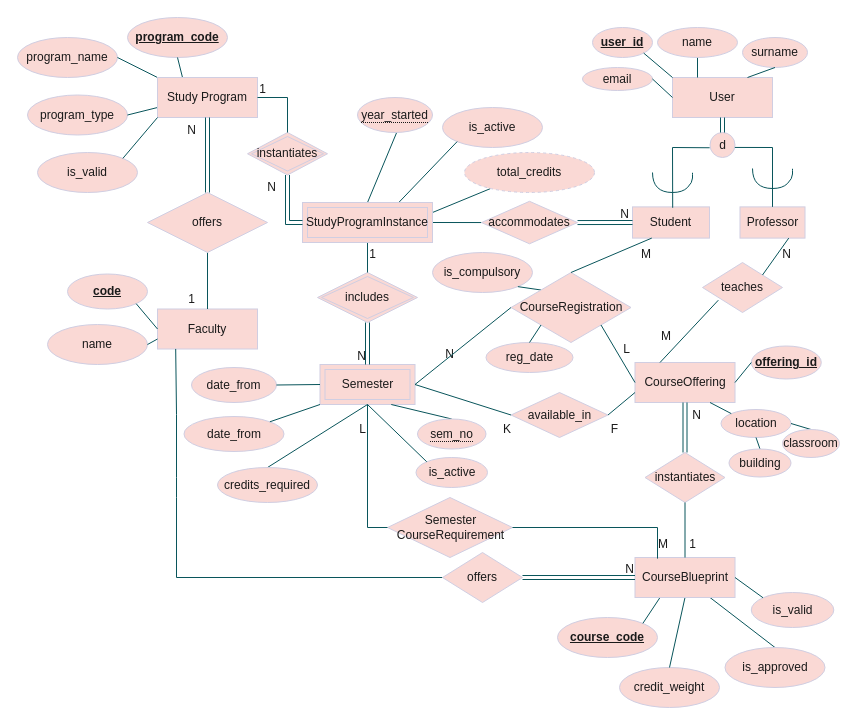
Before: DBschema.drawio in dmitru4ok/course-management, a draw.io diagram. Source tidied: cells renumbered, new cells numbered last; positions are measured from the earlier drawing's top-left corner, leaving out a move shared by most shapes. Both pictures are drawn from the tidied source at 100%, with x=0, y=0 at pixel (17, 17).
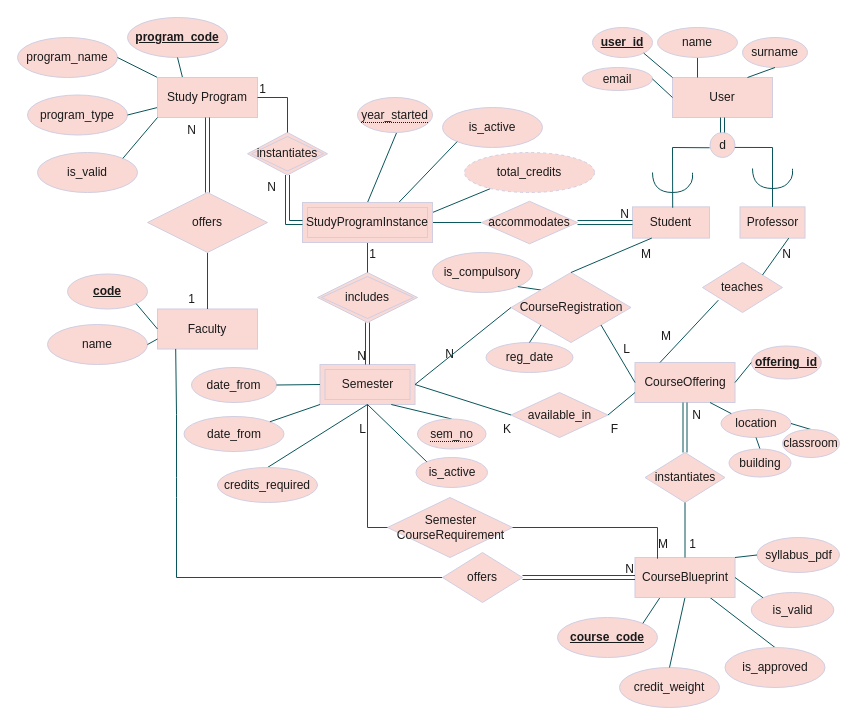
Above is the later version.

The change refers to these unchanged cells:
```xml
<mxCell id="52" value="CourseBlueprint" style="whiteSpace=wrap;html=1;align=center;labelBackgroundColor=none;fillColor=#FAD9D5;strokeColor=#D0CEE2;fontColor=#1A1A1A;" parent="1" vertex="1">
  <mxGeometry x="617.5" y="540" width="100" height="40" as="geometry" />
</mxCell>
```

What changed in the source:
```diff
@@
+    <mxCell id="124" value="syllabus_pdf" style="ellipse;whiteSpace=wrap;html=1;align=center;labelBackgroundColor=none;fillColor=#FAD9D5;strokeColor=#D0CEE2;fontColor=#1A1A1A;" parent="1" vertex="1">
+      <mxGeometry x="739.5" y="520" width="82.5" height="35" as="geometry" />
+    </mxCell>
+    <mxCell id="125" style="endArrow=none;html=1;rounded=0;exitX=0;exitY=0.5;exitDx=0;exitDy=0;entryX=1;entryY=0;entryDx=0;entryDy=0;labelBackgroundColor=none;fontColor=default;strokeColor=#09555B;" parent="1" edge="1" source="124" target="52">
+      <mxGeometry relative="1" as="geometry" />
+    </mxCell>
```
